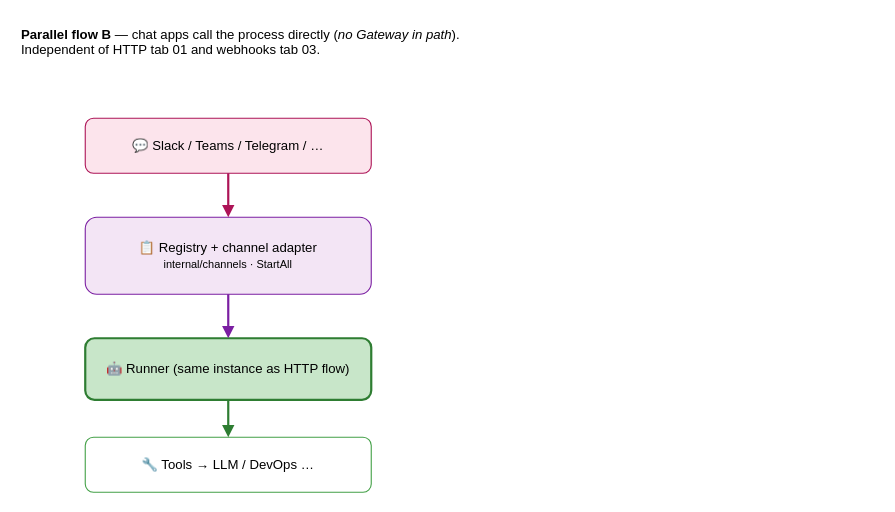
Earlier version of the draw.io diagram page "02 — Flow: messaging channels" (3 of 7) of architecture-overview.drawio (hridesh-net/OpsIntelligence). Source tidied: cells renumbered, new cells numbered last; positions are measured from the earlier drawing's top-left corner, leaving out a move shared by most shapes. Both pictures are drawn from the tidied source at 110%, with x=0, y=0 at pixel (19, 19).
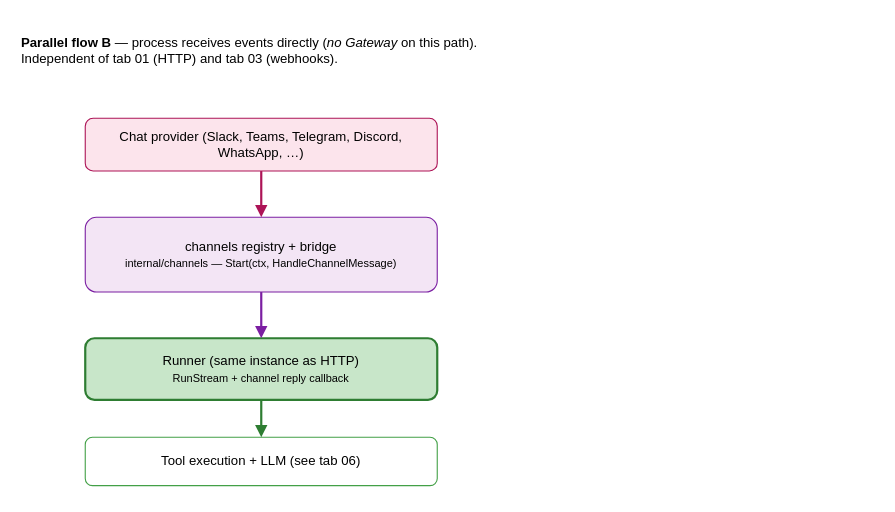
Above is the later version.

Diff of the diagram source:
```diff
@@
 <mxGraphModel>
   <root>
     <mxCell id="0" />
     <mxCell id="1" parent="0" />
-    <mxCell id="2" value="&lt;b&gt;Parallel flow B&lt;/b&gt; — chat apps call the process directly (&lt;i&gt;no Gateway in path&lt;/i&gt;).&lt;br&gt;Independent of HTTP tab 01 and webhooks tab 03." style="text;html=1;strokeColor=none;fillColor=none;align=left;fontSize=12;" parent="1" vertex="1">
-      <mxGeometry width="760" height="40" as="geometry" />
+    <mxCell id="2" value="&lt;b&gt;Parallel flow B&lt;/b&gt; — process receives events directly (&lt;i&gt;no Gateway&lt;/i&gt; on this path).&lt;br&gt;Independent of tab 01 (HTTP) and tab 03 (webhooks)." style="text;html=1;strokeColor=none;fillColor=none;align=left;fontSize=12;" parent="1" vertex="1">
+      <mxGeometry y="8" width="780" height="44" as="geometry" />
     </mxCell>
-    <mxCell id="3" value="💬 Slack / Teams / Telegram / …" style="rounded=1;whiteSpace=wrap;html=1;fillColor=#fce4ec;strokeColor=#ad1457;" parent="1" vertex="1">
-      <mxGeometry x="60" y="90" width="260" height="50" as="geometry" />
+    <mxCell id="3" value="Chat provider (Slack, Teams, Telegram, Discord, WhatsApp, …)" style="rounded=1;whiteSpace=wrap;html=1;fillColor=#fce4ec;strokeColor=#ad1457;" parent="1" vertex="1">
+      <mxGeometry x="60" y="90" width="320" height="48" as="geometry" />
     </mxCell>
-    <mxCell id="4" value="📋 Registry + channel adapter&lt;br&gt;&lt;font style=&quot;font-size:10px&quot;&gt;internal/channels · StartAll&lt;/font&gt;" style="rounded=1;whiteSpace=wrap;html=1;fillColor=#f3e5f5;strokeColor=#7b1fa2;" parent="1" vertex="1">
-      <mxGeometry x="60" y="180" width="260" height="70" as="geometry" />
+    <mxCell id="4" value="channels registry + bridge&lt;br&gt;&lt;font style=&quot;font-size:10px&quot;&gt;internal/channels — Start(ctx, HandleChannelMessage)&lt;/font&gt;" style="rounded=1;whiteSpace=wrap;html=1;fillColor=#f3e5f5;strokeColor=#7b1fa2;" parent="1" vertex="1">
+      <mxGeometry x="60" y="180" width="320" height="68" as="geometry" />
     </mxCell>
-    <mxCell id="5" value="🤖 Runner (same instance as HTTP flow)" style="rounded=1;whiteSpace=wrap;html=1;fillColor=#c8e6c9;strokeColor=#2e7d32;strokeWidth=2;" parent="1" vertex="1">
-      <mxGeometry x="60" y="290" width="260" height="56" as="geometry" />
+    <mxCell id="5" value="Runner (same instance as HTTP)&lt;br&gt;&lt;font style=&quot;font-size:10px&quot;&gt;RunStream + channel reply callback&lt;/font&gt;" style="rounded=1;whiteSpace=wrap;html=1;fillColor=#c8e6c9;strokeColor=#2e7d32;strokeWidth=2;" parent="1" vertex="1">
+      <mxGeometry x="60" y="290" width="320" height="56" as="geometry" />
     </mxCell>
-    <mxCell id="6" value="🔧 Tools → LLM / DevOps …" style="rounded=1;whiteSpace=wrap;html=1;fillColor=#ffffff;strokeColor=#43a047;" parent="1" vertex="1">
-      <mxGeometry x="60" y="380" width="260" height="50" as="geometry" />
+    <mxCell id="6" value="Tool execution + LLM (see tab 06)" style="rounded=1;whiteSpace=wrap;html=1;fillColor=#ffffff;strokeColor=#43a047;" parent="1" vertex="1">
+      <mxGeometry x="60" y="380" width="320" height="44" as="geometry" />
     </mxCell>
     <mxCell id="7" style="edgeStyle=orthogonalEdgeStyle;endArrow=block;strokeColor=#ad1457;strokeWidth=2;" parent="1" edge="1" source="3" target="4">
       <mxGeometry relative="1" as="geometry" />
     </mxCell>
     <mxCell id="8" style="edgeStyle=orthogonalEdgeStyle;endArrow=block;strokeColor=#7b1fa2;strokeWidth=2;" parent="1" edge="1" source="4" target="5">
       <mxGeometry relative="1" as="geometry" />
     </mxCell>
     <mxCell id="9" style="edgeStyle=orthogonalEdgeStyle;endArrow=block;strokeColor=#2e7d32;strokeWidth=2;" parent="1" edge="1" source="5" target="6">
       <mxGeometry relative="1" as="geometry" />
     </mxCell>
   </root>
 </mxGraphModel>
```
